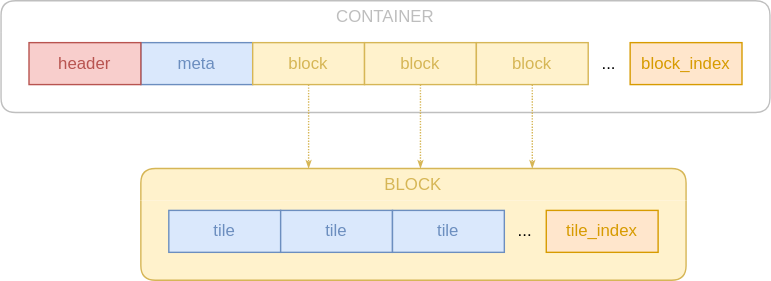
This is docs/file_format.svg from versatiles-org/versatiles-rs, a draw.io export, as it was before one commit. Source tidied: cells renumbered, new cells last; positions are measured from the earlier drawing's top-left corner, leaving out a move shared by most shapes.
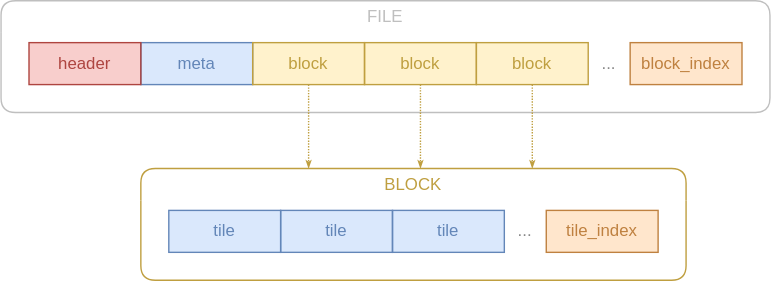
After the commit.

Diff of the diagram source:
```diff
@@ -2,55 +2,55 @@
   <root>
     <mxCell id="0" />
     <mxCell id="1" parent="0" />
-    <mxCell id="2" value="CONTAINER" style="swimlane;whiteSpace=wrap;html=1;fillColor=none;fontColor=#000000;strokeColor=#000000;swimlaneFillColor=none;swimlaneLine=0;fontStyle=0;rounded=1;opacity=25;textOpacity=25;" parent="1" vertex="1">
+    <mxCell id="2" value="FILE" style="swimlane;whiteSpace=wrap;html=1;fillColor=none;fontColor=#808080;strokeColor=#808080;swimlaneFillColor=none;swimlaneLine=0;fontStyle=0;rounded=1;opacity=50;textOpacity=50;" parent="1" vertex="1">
       <mxGeometry width="550" height="80" as="geometry" />
     </mxCell>
-    <mxCell id="3" value="meta" style="rounded=0;whiteSpace=wrap;html=1;fillColor=#dae8fc;strokeColor=#6C8EBF;fontColor=#6C8EBF;" parent="2" vertex="1">
+    <mxCell id="3" value="meta" style="rounded=0;whiteSpace=wrap;html=1;fillColor=#468CF0;strokeColor=#6386B8;fontColor=#6386B8;fillOpacity=20;" parent="2" vertex="1">
       <mxGeometry x="100" y="30" width="80" height="30" as="geometry" />
     </mxCell>
-    <mxCell id="4" value="header" style="rounded=0;whiteSpace=wrap;html=1;fillColor=#f8cecc;strokeColor=#b85450;fillOpacity=100;fontColor=#B85450;" parent="2" vertex="1">
+    <mxCell id="4" value="header" style="rounded=0;whiteSpace=wrap;html=1;fillColor=#DC0A00;strokeColor=#AE4540;fillOpacity=20;fontColor=#AE4540;" parent="2" vertex="1">
       <mxGeometry x="20" y="30" width="80" height="30" as="geometry" />
     </mxCell>
-    <mxCell id="5" value="block_index" style="rounded=0;whiteSpace=wrap;html=1;fillColor=#ffe6cc;strokeColor=#D79B00;fontColor=#D79B00;" parent="2" vertex="1">
+    <mxCell id="5" value="block_index" style="rounded=0;whiteSpace=wrap;html=1;fillColor=#FF8200;strokeColor=#BF8140;fontColor=#BF8140;fillOpacity=20;" parent="2" vertex="1">
       <mxGeometry x="450" y="30" width="80" height="30" as="geometry" />
     </mxCell>
-    <mxCell id="6" value="block" style="rounded=0;whiteSpace=wrap;html=1;fillColor=#FFF2CC;strokeColor=#D6B656;swimlaneFillColor=#FFF2CC;fontColor=#D6B656;" parent="2" vertex="1">
+    <mxCell id="6" value="block" style="rounded=0;whiteSpace=wrap;html=1;fillColor=#FFBE00;strokeColor=#BF9F40;swimlaneFillColor=#FFF2CC;fontColor=#BF9F40;fillOpacity=20;arcSize=15;" parent="2" vertex="1">
       <mxGeometry x="180" y="30" width="80" height="30" as="geometry" />
     </mxCell>
-    <mxCell id="7" value="..." style="text;html=1;strokeColor=none;fillColor=none;align=center;verticalAlign=middle;whiteSpace=wrap;rounded=0;" parent="2" vertex="1">
+    <mxCell id="7" value="..." style="text;html=1;strokeColor=none;fillColor=none;align=center;verticalAlign=middle;whiteSpace=wrap;rounded=0;fontColor=#888;" parent="2" vertex="1">
       <mxGeometry x="420" y="30" width="30" height="30" as="geometry" />
     </mxCell>
-    <mxCell id="8" value="block" style="rounded=0;whiteSpace=wrap;html=1;fillColor=#FFF2CC;strokeColor=#D6B656;swimlaneFillColor=#FFF2CC;fontColor=#D6B656;" parent="2" vertex="1">
+    <mxCell id="8" value="block" style="rounded=0;whiteSpace=wrap;html=1;fillColor=#FFBE00;strokeColor=#BF9F40;swimlaneFillColor=#FFF2CC;fontColor=#BF9F40;fillOpacity=20;arcSize=15;" parent="2" vertex="1">
       <mxGeometry x="260" y="30" width="80" height="30" as="geometry" />
     </mxCell>
-    <mxCell id="9" value="block" style="rounded=0;whiteSpace=wrap;html=1;fillColor=#FFF2CC;strokeColor=#D6B656;swimlaneFillColor=#FFF2CC;fontColor=#D6B656;" parent="2" vertex="1">
+    <mxCell id="9" value="block" style="rounded=0;whiteSpace=wrap;html=1;fillColor=#FFBE00;strokeColor=#BF9F40;swimlaneFillColor=#FFF2CC;fontColor=#BF9F40;fillOpacity=20;arcSize=15;" parent="2" vertex="1">
       <mxGeometry x="340" y="30" width="80" height="30" as="geometry" />
     </mxCell>
-    <mxCell id="10" value="BLOCK" style="swimlane;whiteSpace=wrap;html=1;fillColor=#FFF2CC;strokeColor=#D6B656;swimlaneFillColor=#FFF2CC;fontStyle=0;swimlaneLine=0;rounded=1;fontColor=#D6B656;" parent="1" vertex="1">
+    <mxCell id="10" value="BLOCK" style="swimlane;whiteSpace=wrap;html=1;fillColor=none;strokeColor=#BF9F40;swimlaneFillColor=none;fontStyle=0;swimlaneLine=0;rounded=1;fontColor=#BF9F40;fillOpacity=20;arcSize=15;" parent="1" vertex="1">
       <mxGeometry x="100" y="120" width="390" height="80" as="geometry" />
     </mxCell>
-    <mxCell id="11" value="tile_index" style="rounded=0;whiteSpace=wrap;html=1;fillColor=#ffe6cc;strokeColor=#D79B00;fontColor=#D79B00;" parent="10" vertex="1">
+    <mxCell id="11" value="tile_index" style="rounded=0;whiteSpace=wrap;html=1;fillColor=#FF8200;strokeColor=#BF8140;fontColor=#BF8140;fillOpacity=20;" parent="10" vertex="1">
       <mxGeometry x="290" y="30" width="80" height="30" as="geometry" />
     </mxCell>
-    <mxCell id="12" value="tile" style="rounded=0;whiteSpace=wrap;html=1;fillColor=#dae8fc;strokeColor=#6c8ebf;fontColor=#6C8EBF;" parent="10" vertex="1">
+    <mxCell id="12" value="tile" style="rounded=0;whiteSpace=wrap;html=1;fillColor=#468CF0;strokeColor=#6386B8;fontColor=#6386B8;fillOpacity=20;" parent="10" vertex="1">
       <mxGeometry x="20" y="30" width="80" height="30" as="geometry" />
     </mxCell>
-    <mxCell id="13" value="..." style="text;html=1;strokeColor=none;fillColor=none;align=center;verticalAlign=middle;whiteSpace=wrap;rounded=0;" parent="10" vertex="1">
+    <mxCell id="13" value="..." style="text;html=1;strokeColor=none;fillColor=none;align=center;verticalAlign=middle;whiteSpace=wrap;rounded=0;fontColor=#888;" parent="10" vertex="1">
       <mxGeometry x="260" y="30" width="30" height="30" as="geometry" />
     </mxCell>
-    <mxCell id="14" value="tile" style="rounded=0;whiteSpace=wrap;html=1;fillColor=#dae8fc;strokeColor=#6c8ebf;fontColor=#6C8EBF;" parent="10" vertex="1">
+    <mxCell id="14" value="tile" style="rounded=0;whiteSpace=wrap;html=1;fillColor=#468CF0;strokeColor=#6386B8;fontColor=#6386B8;fillOpacity=20;" parent="10" vertex="1">
       <mxGeometry x="100" y="30" width="80" height="30" as="geometry" />
     </mxCell>
-    <mxCell id="15" value="tile" style="rounded=0;whiteSpace=wrap;html=1;fillColor=#dae8fc;strokeColor=#6c8ebf;fontColor=#6C8EBF;" parent="10" vertex="1">
+    <mxCell id="15" value="tile" style="rounded=0;whiteSpace=wrap;html=1;fillColor=#468CF0;strokeColor=#6386B8;fontColor=#6386B8;fillOpacity=20;" parent="10" vertex="1">
       <mxGeometry x="180" y="30" width="80" height="30" as="geometry" />
     </mxCell>
-    <mxCell id="16" style="jettySize=auto;html=1;rounded=0;strokeColor=#d6b656;fillColor=#fff2cc;endArrow=classicThin;endFill=1;strokeWidth=1;endSize=3;startSize=3;sketch=0;edgeStyle=elbowEdgeStyle;dashed=1;dashPattern=1 1;" parent="1" edge="1" source="9" target="10">
+    <mxCell id="16" style="jettySize=auto;html=1;rounded=0;strokeColor=#BF9F40;fillColor=#fff2cc;endArrow=classicThin;endFill=1;strokeWidth=1;endSize=3;startSize=3;sketch=0;edgeStyle=elbowEdgeStyle;dashed=1;dashPattern=1 1;" parent="1" edge="1" source="9" target="10">
       <mxGeometry relative="1" as="geometry" />
     </mxCell>
-    <mxCell id="17" style="jettySize=auto;html=1;rounded=0;strokeColor=#d6b656;fillColor=#fff2cc;endArrow=classicThin;endFill=1;strokeWidth=1;endSize=3;startSize=3;sketch=0;edgeStyle=elbowEdgeStyle;dashed=1;dashPattern=1 1;" parent="1" edge="1" source="8" target="10">
+    <mxCell id="17" style="jettySize=auto;html=1;rounded=0;strokeColor=#BF9F40;fillColor=#fff2cc;endArrow=classicThin;endFill=1;strokeWidth=1;endSize=3;startSize=3;sketch=0;edgeStyle=elbowEdgeStyle;dashed=1;dashPattern=1 1;" parent="1" edge="1" source="8" target="10">
       <mxGeometry relative="1" as="geometry" />
     </mxCell>
-    <mxCell id="18" style="jettySize=auto;html=1;rounded=0;strokeColor=#d6b656;fillColor=#fff2cc;endArrow=classicThin;endFill=1;strokeWidth=1;endSize=3;startSize=3;sketch=0;edgeStyle=elbowEdgeStyle;dashed=1;dashPattern=1 1;" parent="1" edge="1" source="6" target="10">
+    <mxCell id="18" style="jettySize=auto;html=1;rounded=0;strokeColor=#BF9F40;fillColor=#fff2cc;endArrow=classicThin;endFill=1;strokeWidth=1;endSize=3;startSize=3;sketch=0;edgeStyle=elbowEdgeStyle;dashed=1;dashPattern=1 1;" parent="1" edge="1" source="6" target="10">
       <mxGeometry relative="1" as="geometry" />
     </mxCell>
   </root>
```
